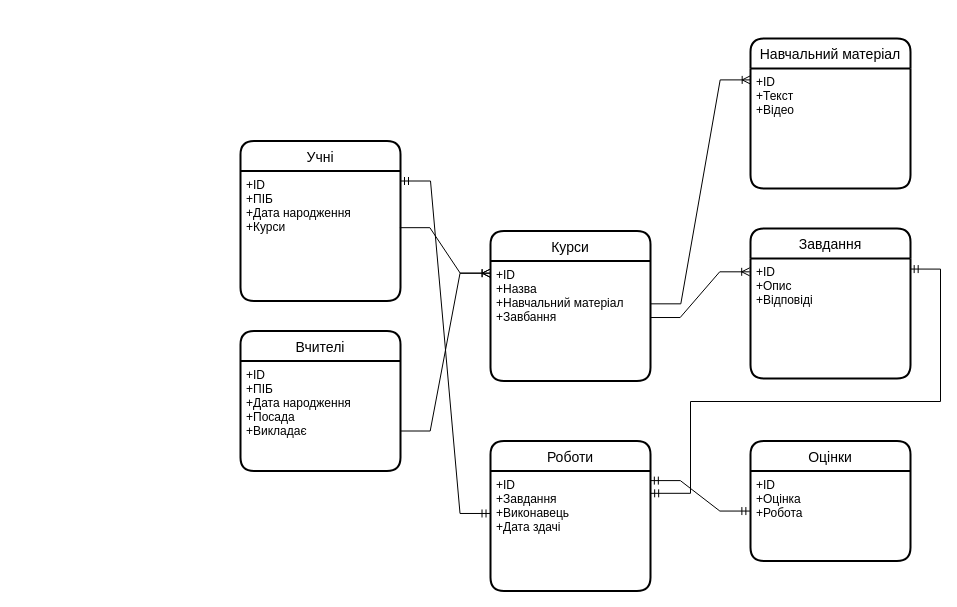
Before: page "idef1x" (5 of 5) of LR2.drawio in SlayVic/Charts, a draw.io diagram. Source tidied: cells renumbered, new cells numbered last; positions are measured from the earlier drawing's top-left corner, leaving out a move shared by most shapes. Both pictures are drawn from the tidied source at 100%, with x=0, y=0 at pixel (240, 38).
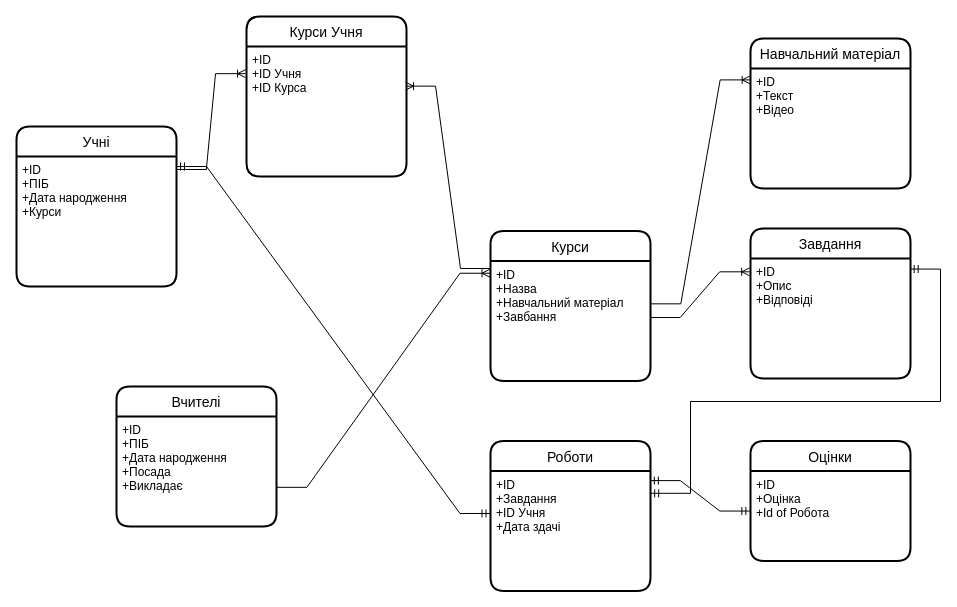
The same diagram, later.

The change refers to these unchanged cells:
```xml
<mxCell id="3" value="+ID&#10;+ПІБ&#10;+Дата народження&#10;+Курси&#10;" style="align=left;strokeColor=none;fillColor=none;spacingLeft=4;fontSize=12;verticalAlign=top;" parent="2" vertex="1">
  <mxGeometry y="30" width="160" height="130" as="geometry" />
</mxCell>
<mxCell id="5" value="+ID&#10;+ПІБ&#10;+Дата народження&#10;+Посада&#10;+Викладає" style="align=left;strokeColor=none;fillColor=none;spacingLeft=4;fontSize=12;verticalAlign=top;" parent="4" vertex="1">
  <mxGeometry y="30" width="160" height="110" as="geometry" />
</mxCell>
<mxCell id="6" value="Курси" style="swimlane;horizontal=1;startSize=30;rounded=1;fontSize=14;fontStyle=0;strokeWidth=2;shadow=0;dashed=0;align=center;" parent="1" vertex="1">
  <mxGeometry x="250" y="192.5" width="160" height="150" as="geometry" />
</mxCell>
<mxCell id="7" value="+ID&#10;+Назва&#10;+Навчальний матеріал&#10;+Завбання" style="align=left;strokeColor=none;fillColor=none;spacingLeft=4;fontSize=12;verticalAlign=top;" parent="6" vertex="1">
  <mxGeometry y="30" width="160" height="120" as="geometry" />
</mxCell>
<mxCell id="9" value="Роботи" style="swimlane;horizontal=1;startSize=30;rounded=1;fontSize=14;fontStyle=0;strokeWidth=2;shadow=0;dashed=0;align=center;" parent="1" vertex="1">
  <mxGeometry x="250" y="402.5" width="160" height="150" as="geometry" />
</mxCell>
<mxCell id="11" value="Оцінки" style="swimlane;horizontal=1;startSize=30;rounded=1;fontSize=14;fontStyle=0;strokeWidth=2;shadow=0;dashed=0;align=center;" parent="1" vertex="1">
  <mxGeometry x="510" y="402.5" width="160" height="120" as="geometry" />
</mxCell>
```

What changed in the source:
```diff
@@
     <mxCell id="2" value="Учні" style="swimlane;horizontal=1;startSize=30;rounded=1;fontSize=14;fontStyle=0;strokeWidth=2;shadow=0;dashed=0;align=center;" parent="1" vertex="1">
-      <mxGeometry y="102.5" width="160" height="160" as="geometry" />
+      <mxGeometry x="-224" y="88" width="160" height="160" as="geometry" />
     </mxCell>
@@
     <mxCell id="4" value="Вчителі" style="swimlane;horizontal=1;startSize=30;rounded=1;fontSize=14;fontStyle=0;strokeWidth=2;shadow=0;dashed=0;align=center;" parent="1" vertex="1">
-      <mxGeometry y="292.5" width="160" height="140" as="geometry" />
+      <mxGeometry x="-124" y="348" width="160" height="140" as="geometry" />
     </mxCell>
@@
-    <mxCell id="10" value="+ID&#10;+Завдання&#10;+Виконавець&#10;+Дата здачі" style="align=left;strokeColor=none;fillColor=none;spacingLeft=4;fontSize=12;verticalAlign=top;" parent="9" vertex="1">
+    <mxCell id="10" value="+ID&#10;+Завдання&#10;+ID Учня&#10;+Дата здачі" style="align=left;strokeColor=none;fillColor=none;spacingLeft=4;fontSize=12;verticalAlign=top;" parent="9" vertex="1">
       <mxGeometry y="30" width="160" height="120" as="geometry" />
     </mxCell>
@@
-    <mxCell id="12" value="+ID&#10;+Оцінка&#10;+Робота" style="align=left;strokeColor=none;fillColor=none;spacingLeft=4;fontSize=12;verticalAlign=top;" parent="11" vertex="1">
+    <mxCell id="12" value="+ID&#10;+Оцінка&#10;+Id of Робота" style="align=left;strokeColor=none;fillColor=none;spacingLeft=4;fontSize=12;verticalAlign=top;" parent="11" vertex="1">
       <mxGeometry y="30" width="160" height="90" as="geometry" />
     </mxCell>
@@
-    <mxCell id="15" style="edgeStyle=entityRelationEdgeStyle;fontSize=12;html=1;endArrow=ERoneToMany;rounded=0;exitX=0.996;exitY=0.436;exitDx=0;exitDy=0;exitPerimeter=0;entryX=-0.002;entryY=0.101;entryDx=0;entryDy=0;entryPerimeter=0;" parent="1" edge="1" source="3" target="7">
-      <mxGeometry relative="1" as="geometry" />
-    </mxCell>
-    <mxCell id="16" style="edgeStyle=entityRelationEdgeStyle;fontSize=12;html=1;endArrow=ERoneToMany;rounded=0;exitX=0.996;exitY=0.436;exitDx=0;exitDy=0;exitPerimeter=0;entryX=-0.003;entryY=0.102;entryDx=0;entryDy=0;entryPerimeter=0;" parent="1" edge="1" target="7">
-      <mxGeometry relative="1" as="geometry">
-        <mxPoint x="159.7" y="392.5" as="sourcePoint" />
-      </mxGeometry>
+    <mxCell id="16" style="edgeStyle=entityRelationEdgeStyle;fontSize=12;html=1;endArrow=ERoneToMany;rounded=0;exitX=1.002;exitY=0.644;exitDx=0;exitDy=0;exitPerimeter=0;entryX=-0.003;entryY=0.102;entryDx=0;entryDy=0;entryPerimeter=0;" parent="1" edge="1" source="5" target="7">
+      <mxGeometry relative="1" as="geometry" />
     </mxCell>
@@
+    <mxCell id="23" value="Курси Учня" style="swimlane;horizontal=1;startSize=30;rounded=1;fontSize=14;fontStyle=0;strokeWidth=2;shadow=0;dashed=0;align=center;" parent="1" vertex="1">
+      <mxGeometry x="6" y="-22" width="160" height="160" as="geometry" />
+    </mxCell>
+    <mxCell id="24" value="+ID&#10;+ID Учня&#10;+ID Курса" style="align=left;strokeColor=none;fillColor=none;spacingLeft=4;fontSize=12;verticalAlign=top;" parent="23" vertex="1">
+      <mxGeometry y="30" width="160" height="130" as="geometry" />
+    </mxCell>
+    <mxCell id="25" style="edgeStyle=entityRelationEdgeStyle;fontSize=12;html=1;endArrow=ERoneToMany;rounded=0;exitX=0.999;exitY=0.1;exitDx=0;exitDy=0;exitPerimeter=0;entryX=-0.006;entryY=0.209;entryDx=0;entryDy=0;entryPerimeter=0;" parent="1" edge="1" source="3" target="24">
+      <mxGeometry relative="1" as="geometry" />
+    </mxCell>
+    <mxCell id="26" style="edgeStyle=entityRelationEdgeStyle;fontSize=12;html=1;endArrow=ERoneToMany;rounded=0;exitX=0;exitY=0.25;exitDx=0;exitDy=0;entryX=0.994;entryY=0.305;entryDx=0;entryDy=0;entryPerimeter=0;" parent="1" edge="1" source="6" target="24">
+      <mxGeometry relative="1" as="geometry" />
+    </mxCell>
```
